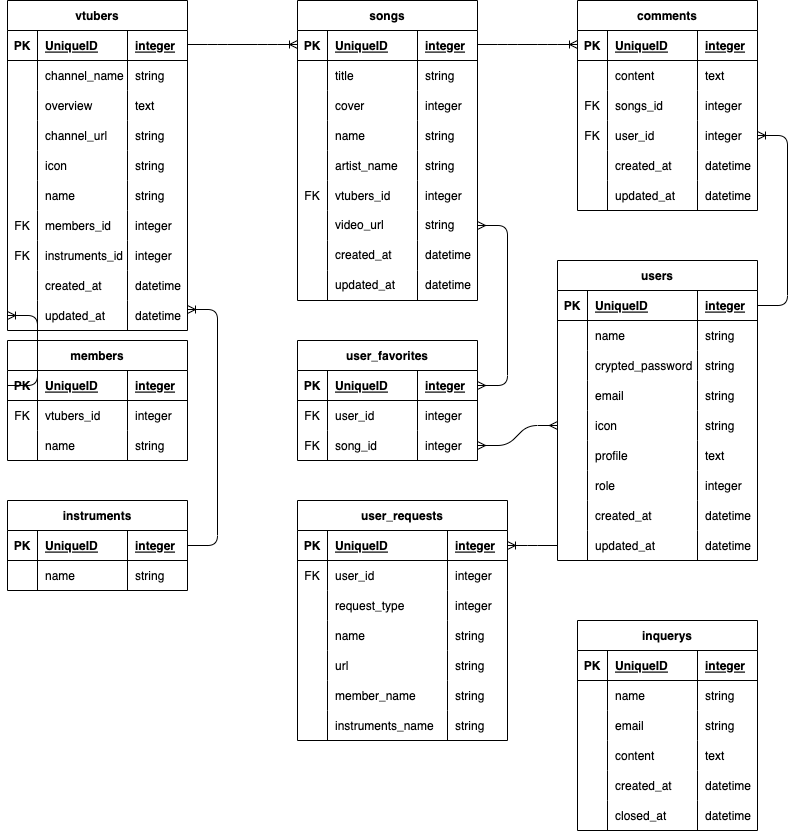
Above: ER .png in dexias9024/vtuber_song_search (draw.io), before the change. Source tidied: cells renumbered, new cells last; positions are measured from the earlier drawing's top-left corner, leaving out a move shared by most shapes.
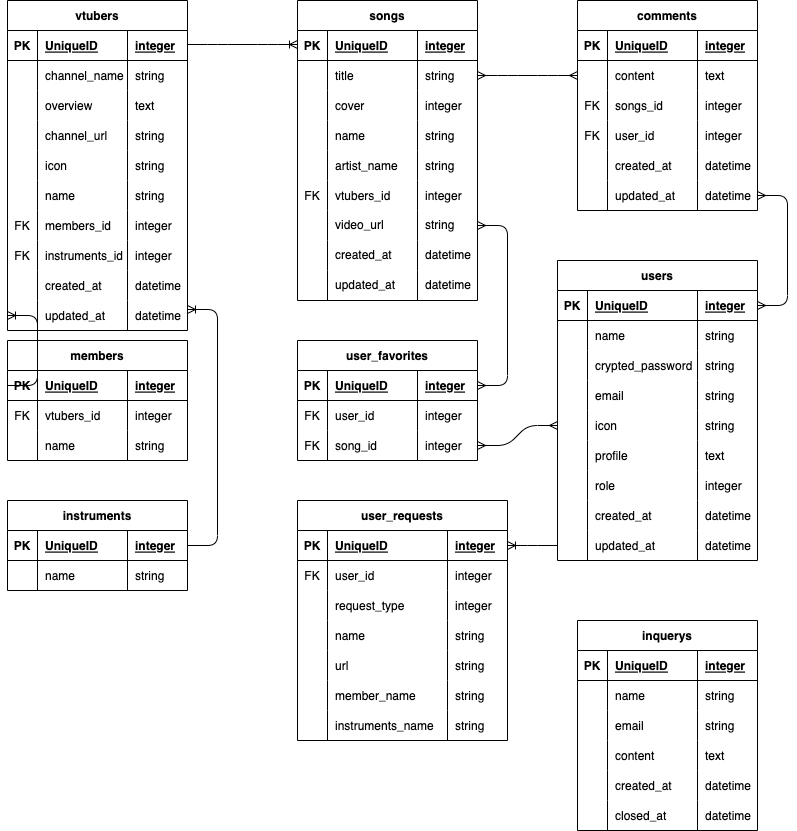
After the commit.

Change to the diagram source:
```diff
@@ -359,12 +359,6 @@
     <mxCell id="119" style="edgeStyle=entityRelationEdgeStyle;fontSize=12;html=1;endArrow=ERoneToMany;exitX=0;exitY=0.5;exitDx=0;exitDy=0;entryX=0;entryY=0.5;entryDx=0;entryDy=0;" parent="1" edge="1" source="106" target="39">
       <mxGeometry relative="1" as="geometry" />
     </mxCell>
-    <mxCell id="120" style="edgeStyle=entityRelationEdgeStyle;fontSize=12;html=1;endArrow=ERoneToMany;" parent="1" edge="1">
-      <mxGeometry relative="1" as="geometry">
-        <mxPoint x="470" y="44" as="sourcePoint" />
-        <mxPoint x="570" y="44" as="targetPoint" />
-      </mxGeometry>
-    </mxCell>
     <mxCell id="121" value="instruments" style="shape=table;startSize=30;rowLines=0;fontStyle=1;align=center;fillColor=none;" parent="1" vertex="1">
       <mxGeometry y="500" width="180" height="90" as="geometry" />
     </mxCell>
@@ -593,9 +587,6 @@
     <mxCell id="196" style="edgeStyle=entityRelationEdgeStyle;fontSize=12;html=1;endArrow=ERoneToMany;exitX=0;exitY=0.5;exitDx=0;exitDy=0;entryX=1;entryY=0.5;entryDx=0;entryDy=0;" parent="1" edge="1" source="163" target="168">
       <mxGeometry relative="1" as="geometry" />
     </mxCell>
-    <mxCell id="197" style="edgeStyle=entityRelationEdgeStyle;fontSize=12;html=1;endArrow=ERoneToMany;exitX=1;exitY=0.5;exitDx=0;exitDy=0;entryX=1;entryY=0.5;entryDx=0;entryDy=0;" parent="1" edge="1" source="131" target="93">
-      <mxGeometry relative="1" as="geometry" />
-    </mxCell>
     <mxCell id="198" value="user_favorites" style="shape=table;startSize=30;rowLines=0;fontStyle=1;align=center;labelBorderColor=none;fillColor=none;" parent="1" vertex="1">
       <mxGeometry x="290" y="340" width="180" height="120" as="geometry" />
     </mxCell>
@@ -719,5 +710,11 @@
     <mxCell id="238" style="edgeStyle=entityRelationEdgeStyle;fontSize=12;html=1;endArrow=ERoneToMany;exitX=1;exitY=0.5;exitDx=0;exitDy=0;entryX=1;entryY=0.3;entryDx=0;entryDy=0;entryPerimeter=0;" parent="1" edge="1" source="122" target="39">
       <mxGeometry relative="1" as="geometry" />
     </mxCell>
+    <mxCell id="239" style="edgeStyle=entityRelationEdgeStyle;fontSize=12;html=1;endArrow=ERmany;startArrow=ERmany;exitX=1;exitY=0.5;exitDx=0;exitDy=0;entryX=0;entryY=0.5;entryDx=0;entryDy=0;" parent="1" edge="1" source="48" target="85">
+      <mxGeometry relative="1" as="geometry" />
+    </mxCell>
+    <mxCell id="240" style="edgeStyle=entityRelationEdgeStyle;fontSize=12;html=1;endArrow=ERmany;startArrow=ERmany;exitX=1;exitY=0.5;exitDx=0;exitDy=0;entryX=1;entryY=0.5;entryDx=0;entryDy=0;" parent="1" edge="1" source="101" target="131">
+      <mxGeometry relative="1" as="geometry" />
+    </mxCell>
   </root>
 </mxGraphModel>
```
